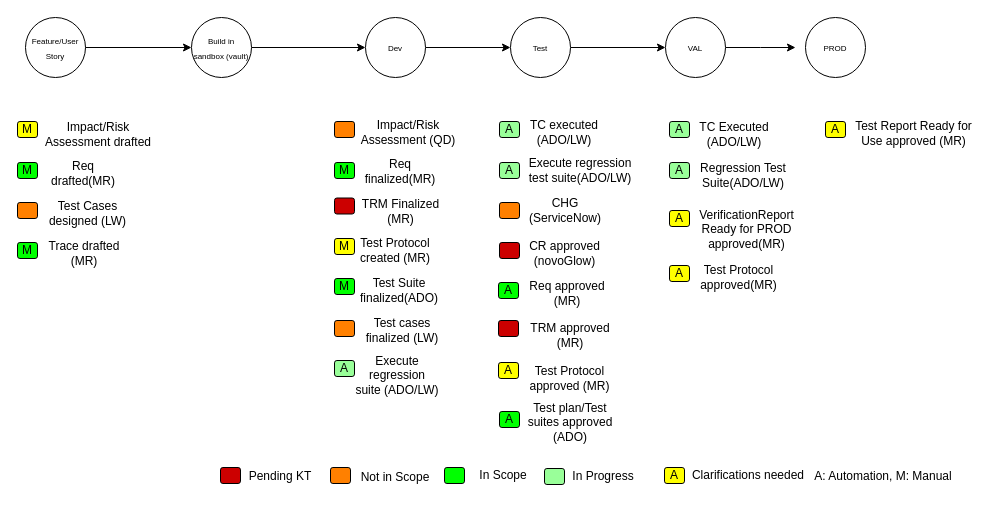
This is hpalmtoado2.drawio from surajnaik90/Architectures-Designs, a draw.io file, before an edit. Source tidied: cells renumbered, new cells numbered last; positions are measured from the earlier drawing's top-left corner, leaving out a move shared by most shapes. Both pictures are drawn from the tidied source at 100%, with x=0, y=0 at pixel (17, 17).
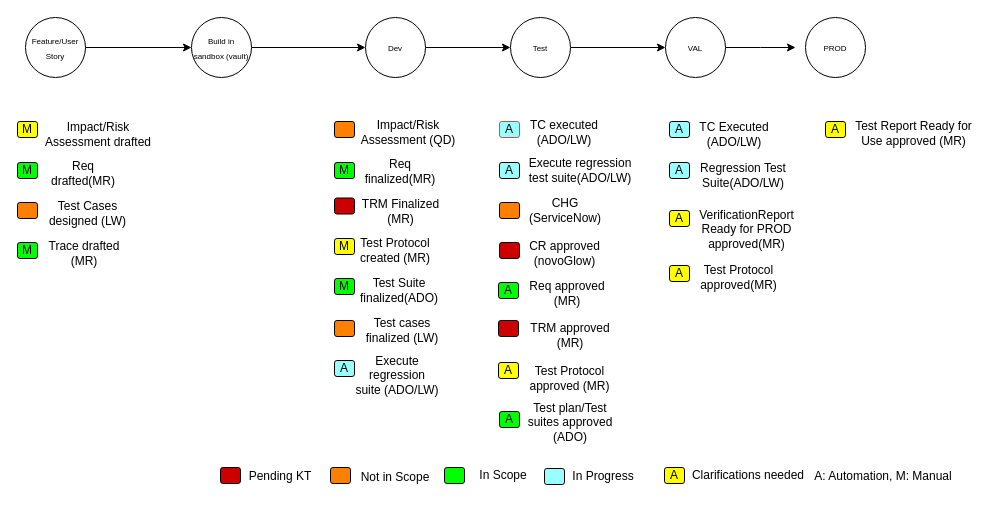
Above is the later version.

The edit, as a diff of the source:
```diff
@@
-    <mxCell id="43" value="A" style="rounded=1;whiteSpace=wrap;html=1;fillColor=#99FF99;" parent="1" vertex="1">
+    <mxCell id="43" value="A" style="rounded=1;whiteSpace=wrap;html=1;fillColor=#99FFFF;strokeColor=#b85450;" parent="1" vertex="1">
       <mxGeometry x="482" y="104" width="20" height="16" as="geometry" />
     </mxCell>
-    <mxCell id="44" value="A" style="rounded=1;whiteSpace=wrap;html=1;fillColor=#99FF99;" parent="1" vertex="1">
+    <mxCell id="44" value="A" style="rounded=1;whiteSpace=wrap;html=1;fillColor=#99FFFF;" parent="1" vertex="1">
       <mxGeometry x="482" y="145" width="20" height="16" as="geometry" />
     </mxCell>
@@
-    <mxCell id="58" value="A" style="rounded=1;whiteSpace=wrap;html=1;fillColor=#99FF99;" parent="1" vertex="1">
+    <mxCell id="58" value="A" style="rounded=1;whiteSpace=wrap;html=1;fillColor=#99FFFF;" parent="1" vertex="1">
       <mxGeometry x="317" y="343" width="20" height="16" as="geometry" />
     </mxCell>
@@
-    <mxCell id="69" value="A" style="rounded=1;whiteSpace=wrap;html=1;fillColor=#99FF99;" parent="1" vertex="1">
+    <mxCell id="69" value="A" style="rounded=1;whiteSpace=wrap;html=1;fillColor=#99FFFF;" parent="1" vertex="1">
       <mxGeometry x="652" y="145" width="20" height="16" as="geometry" />
     </mxCell>
-    <mxCell id="70" value="A" style="rounded=1;whiteSpace=wrap;html=1;fillColor=#99FF99;" parent="1" vertex="1">
+    <mxCell id="70" value="A" style="rounded=1;whiteSpace=wrap;html=1;fillColor=#99FFFF;" parent="1" vertex="1">
       <mxGeometry x="652" y="104" width="20" height="16" as="geometry" />
     </mxCell>
@@
-    <mxCell id="78" style="rounded=1;whiteSpace=wrap;html=1;fillColor=#99FF99;" parent="1" vertex="1">
+    <mxCell id="78" style="rounded=1;whiteSpace=wrap;html=1;fillColor=#99FFFF;" parent="1" vertex="1">
       <mxGeometry x="527" y="451" width="20" height="16" as="geometry" />
     </mxCell>
```
